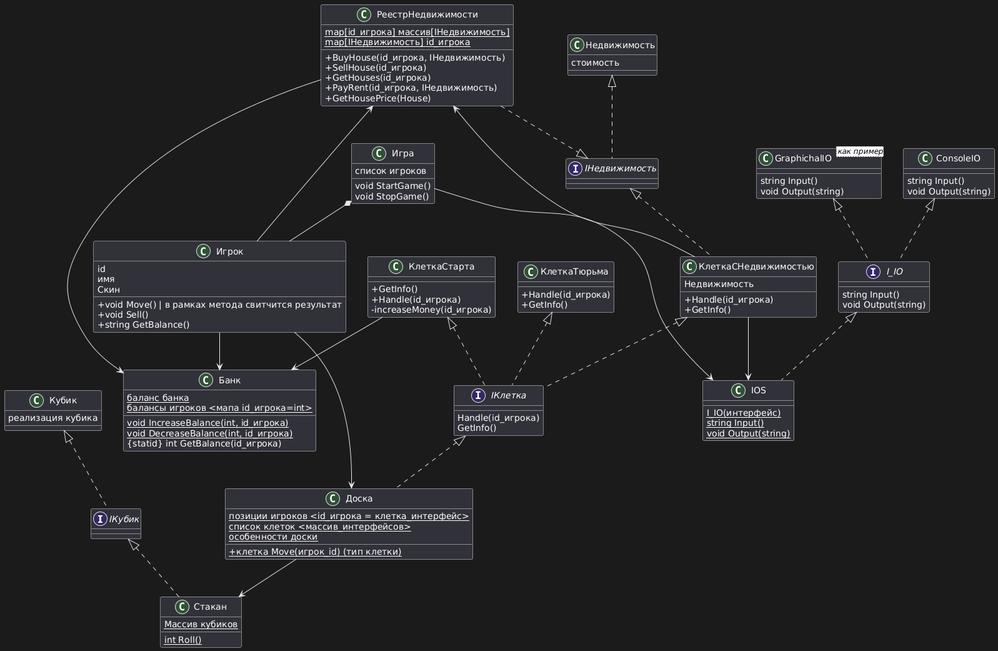
penamarth/bsbo-01-23_team1_var14_monopoly keeps this PlantUML diagram as Диаграмма классов.png. Above is the earlier version.
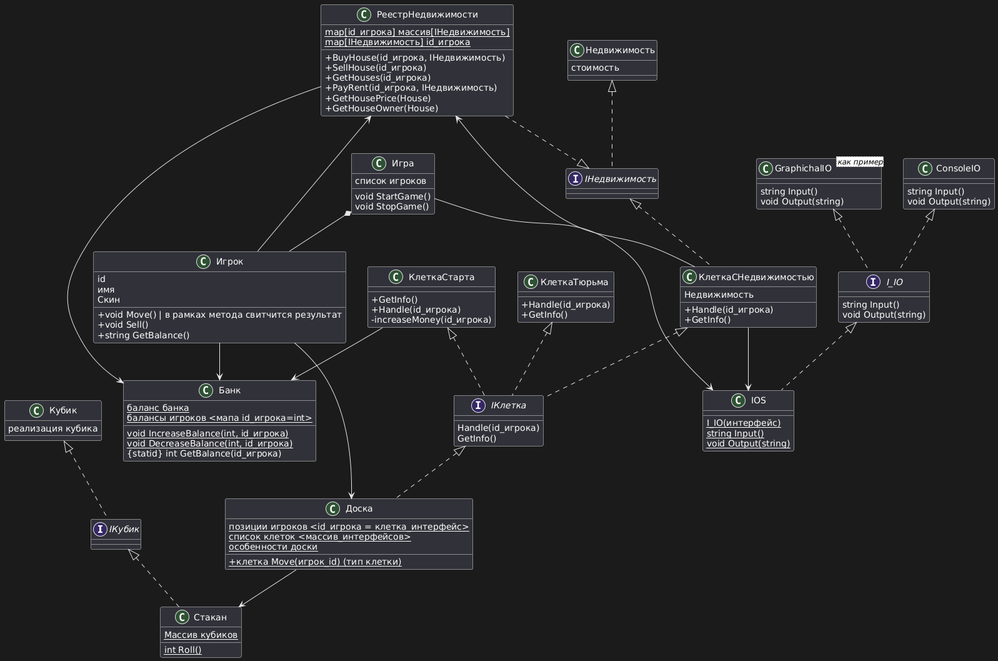
Above is the later version.

Change to the diagram source:
```diff
@@ -116,6 +116,7 @@
   +GetHouses(id_игрока)
   +PayRent(id_игрока, IНедвижимость)
   +GetHousePrice(House)
+  +GetHouseOwner(House)
 }
 
 РеестрНедвижимости ..|> IНедвижимость
```
